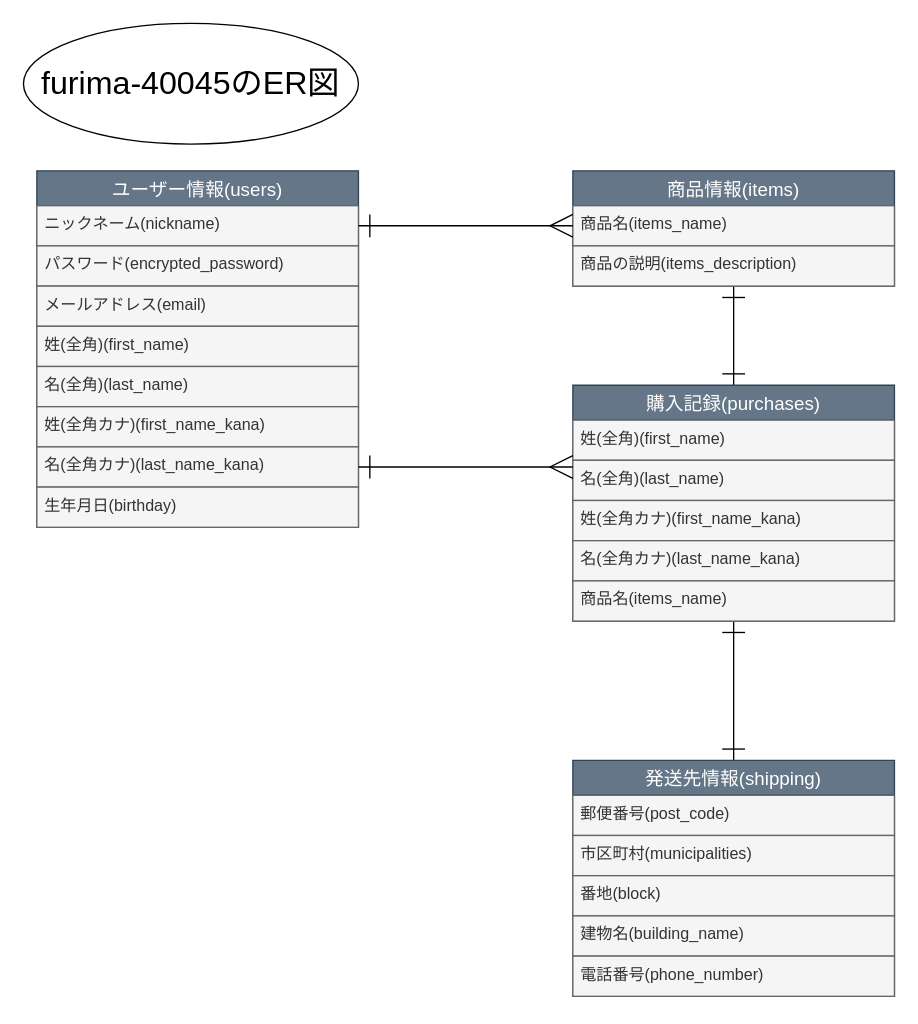
Earlier version of the draw.io diagram page "ページ1" (1 of 2) of furimaER.dio (asukyu00/furima-40045). Source tidied: cells renumbered, new cells numbered last; positions are measured from the earlier drawing's top-left corner, leaving out a move shared by most shapes. Both pictures are drawn from the tidied source at 134%, with x=0, y=0 at pixel (23, 23).
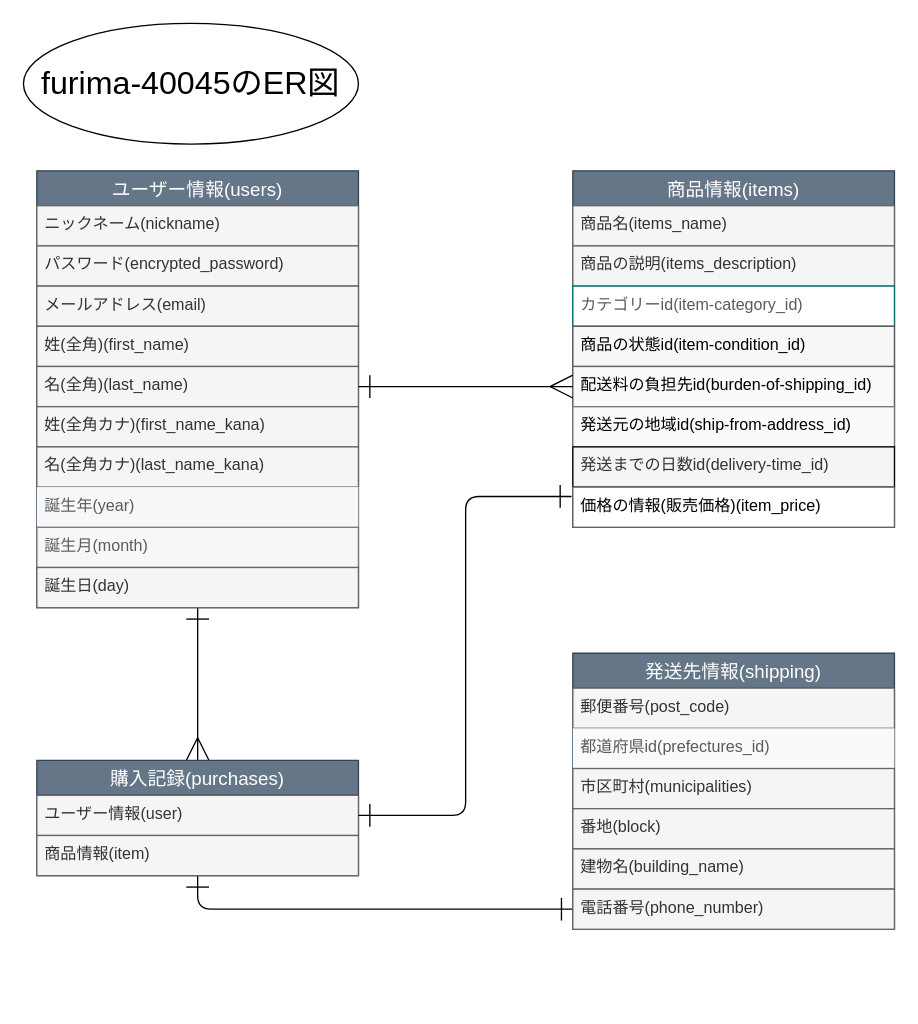
Above is the later version.

Commit message (it also covers changes not shown here):
DB設計修正報告

Unchanged cells that the change refers to:
```xml
<mxCell id="4" value="ニックネーム(nickname)" style="text;strokeColor=#666666;fillColor=#f5f5f5;spacingLeft=4;spacingRight=4;overflow=hidden;points=[[0,0.5],[1,0.5]];portConstraint=eastwest;fontSize=12;fontColor=#333333;" parent="3" vertex="1">
  <mxGeometry y="26" width="240" height="30" as="geometry" />
</mxCell>
<mxCell id="8" value="名(全角)(last_name)" style="text;strokeColor=#666666;fillColor=#f5f5f5;spacingLeft=4;spacingRight=4;overflow=hidden;points=[[0,0.5],[1,0.5]];portConstraint=eastwest;fontSize=12;fontColor=#333333;" parent="3" vertex="1">
  <mxGeometry y="146" width="240" height="30" as="geometry" />
</mxCell>
<mxCell id="10" value="名(全角カナ)(last_name_kana)" style="text;strokeColor=#666666;fillColor=#f5f5f5;spacingLeft=4;spacingRight=4;overflow=hidden;points=[[0,0.5],[1,0.5]];portConstraint=eastwest;fontSize=12;fontColor=#333333;" parent="3" vertex="1">
  <mxGeometry y="206" width="240" height="30" as="geometry" />
</mxCell>
<mxCell id="14" value="商品名(items_name)" style="text;strokeColor=#666666;fillColor=#f5f5f5;spacingLeft=4;spacingRight=4;overflow=hidden;points=[[0,0.5],[1,0.5]];portConstraint=eastwest;fontSize=12;fontColor=#333333;" parent="13" vertex="1">
  <mxGeometry y="26" width="240" height="30" as="geometry" />
</mxCell>
```

What changed in the source:
```diff
@@
+    <mxCell id="31" style="edgeStyle=orthogonalEdgeStyle;html=1;entryX=0.5;entryY=0;entryDx=0;entryDy=0;strokeColor=#000000;strokeWidth=1;fontSize=12;fontColor=#5f5959;startArrow=ERone;startFill=0;endArrow=ERmany;endFill=0;startSize=15;endSize=15;" parent="1" edge="1" source="3" target="17">
+      <mxGeometry relative="1" as="geometry" />
+    </mxCell>
     <mxCell id="3" value="ユーザー情報(users)" style="swimlane;fontStyle=0;horizontal=1;startSize=26;align=center;fontSize=14;fillColor=#647687;fontColor=#ffffff;strokeColor=#314354;" parent="1" vertex="1">
-      <mxGeometry x="10" y="110" width="240" height="266" as="geometry" />
+      <mxGeometry x="10" y="110" width="240" height="326" as="geometry" />
     </mxCell>
@@
+    <mxCell id="32" value="誕生年(year)" style="text;strokeColor=none;fillColor=#f7f7f7;spacingLeft=4;spacingRight=4;overflow=hidden;fontSize=12;fontColor=#5f5959;" parent="3" vertex="1">
+      <mxGeometry y="236" width="240" height="30" as="geometry" />
+    </mxCell>
+    <mxCell id="33" value="誕生月(month)" style="text;strokeColor=#787878;fillColor=#f7f7f7;spacingLeft=4;spacingRight=4;overflow=hidden;fontSize=12;fontColor=#5f5959;" parent="3" vertex="1">
+      <mxGeometry y="266" width="240" height="30" as="geometry" />
+    </mxCell>
-    <mxCell id="11" value="生年月日(birthday)" style="text;strokeColor=#666666;fillColor=#f5f5f5;spacingLeft=4;spacingRight=4;overflow=hidden;fontSize=12;fontColor=#333333;" parent="3" vertex="1">
-      <mxGeometry y="236" width="240" height="30" as="geometry" />
+    <mxCell id="11" value="誕生日(day)" style="text;strokeColor=#666666;fillColor=#f5f5f5;spacingLeft=4;spacingRight=4;overflow=hidden;fontSize=12;fontColor=#333333;" parent="3" vertex="1">
+      <mxGeometry y="296" width="240" height="30" as="geometry" />
     </mxCell>
-    <mxCell id="12" style="edgeStyle=orthogonalEdgeStyle;html=1;entryX=0.5;entryY=0;entryDx=0;entryDy=0;strokeColor=#000000;strokeWidth=1;fontSize=12;fontColor=#000000;startArrow=ERone;startFill=0;endArrow=ERone;endFill=0;startSize=15;endSize=15;" parent="1" edge="1" source="13" target="17">
-      <mxGeometry relative="1" as="geometry" />
-    </mxCell>
     <mxCell id="13" value="商品情報(items)" style="swimlane;fontStyle=0;horizontal=1;startSize=26;align=center;fontSize=14;strokeColor=#314354;fillColor=#647687;fontColor=#ffffff;" parent="1" vertex="1">
-      <mxGeometry x="410" y="110" width="240" height="86" as="geometry" />
+      <mxGeometry x="410" y="110" width="240" height="266" as="geometry" />
     </mxCell>
@@
-    <mxCell id="16" style="edgeStyle=orthogonalEdgeStyle;html=1;strokeColor=#000000;strokeWidth=1;fontSize=12;fontColor=#000000;startArrow=ERone;startFill=0;endArrow=ERone;endFill=0;startSize=15;endSize=15;entryX=0.5;entryY=0;entryDx=0;entryDy=0;entryPerimeter=0;" parent="1" edge="1" source="17" target="23">
-      <mxGeometry relative="1" as="geometry" />
-    </mxCell>
+    <mxCell id="34" value="カテゴリーid(item-category_id) " style="text;strokeColor=#016e6e;fillColor=#FFFFFF;spacingLeft=4;spacingRight=4;overflow=hidden;fontSize=12;fontColor=#5f5959;" parent="13" vertex="1">
+      <mxGeometry y="86" width="240" height="30" as="geometry" />
+    </mxCell>
+    <mxCell id="35" value="商品の状態id(item-condition_id) " style="text;strokeColor=#595959;fillColor=#f7f7f7;spacingLeft=4;spacingRight=4;overflow=hidden;fontSize=12;fontColor=#000000;" parent="13" vertex="1">
+      <mxGeometry y="116" width="240" height="30" as="geometry" />
+    </mxCell>
+    <mxCell id="36" value="配送料の負担先id(burden-of-shipping_id)" style="text;strokeColor=#616161;fillColor=#faf9fb;spacingLeft=4;spacingRight=4;overflow=hidden;points=[[0,0.5],[1,0.5]];portConstraint=eastwest;fontSize=12;fontColor=#000000;" parent="13" vertex="1">
+      <mxGeometry y="146" width="240" height="30" as="geometry" />
+    </mxCell>
+    <mxCell id="37" value="発送元の地域id(ship-from-address_id)" style="text;strokeColor=#787878;fillColor=#fafafa;spacingLeft=4;spacingRight=4;overflow=hidden;fontSize=12;fontColor=#000000;" parent="13" vertex="1">
+      <mxGeometry y="176" width="240" height="30" as="geometry" />
+    </mxCell>
+    <mxCell id="38" value="発送までの日数id(delivery-time_id)" style="text;strokeColor=#050505;fillColor=#f5f5f5;spacingLeft=4;spacingRight=4;overflow=hidden;fontSize=12;fontColor=#333333;" parent="13" vertex="1">
+      <mxGeometry y="206" width="240" height="30" as="geometry" />
+    </mxCell>
+    <mxCell id="39" value="価格の情報(販売価格)(item_price)" style="text;strokeColor=#635f5f;fillColor=#ffffff;spacingLeft=4;spacingRight=4;overflow=hidden;points=[[0,0.5],[1,0.5]];portConstraint=eastwest;fontSize=12;fontColor=#000000;" parent="13" vertex="1">
+      <mxGeometry y="236" width="240" height="30" as="geometry" />
+    </mxCell>
+    <mxCell id="40" style="edgeStyle=orthogonalEdgeStyle;html=1;entryX=0;entryY=0.5;entryDx=0;entryDy=0;strokeColor=#000000;strokeWidth=1;fontSize=12;fontColor=#5f5959;startArrow=ERone;startFill=0;endArrow=ERone;endFill=0;startSize=15;endSize=15;" parent="1" edge="1" source="17" target="28">
+      <mxGeometry relative="1" as="geometry" />
+    </mxCell>
     <mxCell id="17" value="購入記録(purchases)" style="swimlane;fontStyle=0;horizontal=1;startSize=26;align=center;fontSize=14;strokeColor=#314354;fillColor=#647687;fontColor=#ffffff;" parent="1" vertex="1">
-      <mxGeometry x="410" y="270" width="240" height="176" as="geometry" />
+      <mxGeometry x="10" y="550" width="240" height="86" as="geometry" />
     </mxCell>
-    <mxCell id="18" value="姓(全角)(first_name)" style="text;strokeColor=#666666;fillColor=#f5f5f5;spacingLeft=4;spacingRight=4;overflow=hidden;fontSize=12;fontColor=#333333;" parent="17" vertex="1">
-      <mxGeometry y="26" width="240" height="30" as="geometry" />
-    </mxCell>
-    <mxCell id="19" value="名(全角)(last_name)" style="text;strokeColor=#666666;fillColor=#f5f5f5;spacingLeft=4;spacingRight=4;overflow=hidden;fontSize=12;fontColor=#333333;" parent="17" vertex="1">
-      <mxGeometry y="56" width="240" height="30" as="geometry" />
-    </mxCell>
-    <mxCell id="20" value="姓(全角カナ)(first_name_kana)" style="text;strokeColor=#666666;fillColor=#f5f5f5;spacingLeft=4;spacingRight=4;overflow=hidden;fontSize=12;fontColor=#333333;" parent="17" vertex="1">
-      <mxGeometry y="86" width="240" height="30" as="geometry" />
-    </mxCell>
-    <mxCell id="21" value="名(全角カナ)(last_name_kana)" style="text;strokeColor=#666666;fillColor=#f5f5f5;spacingLeft=4;spacingRight=4;overflow=hidden;points=[[0,0.5],[1,0.5]];portConstraint=eastwest;fontSize=12;fontColor=#333333;" parent="17" vertex="1">
-      <mxGeometry y="116" width="240" height="30" as="geometry" />
+    <mxCell id="21" value="ユーザー情報(user)" style="text;strokeColor=#666666;fillColor=#f5f5f5;spacingLeft=4;spacingRight=4;overflow=hidden;points=[[0,0.5],[1,0.5]];portConstraint=eastwest;fontSize=12;fontColor=#333333;" parent="17" vertex="1">
+      <mxGeometry y="26" width="240" height="30" as="geometry" />
     </mxCell>
-    <mxCell id="22" value="商品名(items_name)" style="text;strokeColor=#666666;fillColor=#f5f5f5;spacingLeft=4;spacingRight=4;overflow=hidden;fontSize=12;fontColor=#333333;" parent="17" vertex="1">
-      <mxGeometry y="146" width="240" height="30" as="geometry" />
+    <mxCell id="22" value="商品情報(item)" style="text;strokeColor=#666666;fillColor=#f5f5f5;spacingLeft=4;spacingRight=4;overflow=hidden;fontSize=12;fontColor=#333333;" parent="17" vertex="1">
+      <mxGeometry y="56" width="240" height="30" as="geometry" />
     </mxCell>
     <mxCell id="23" value="発送先情報(shipping)" style="swimlane;fontStyle=0;horizontal=1;startSize=26;align=center;fontSize=14;strokeColor=#314354;fillColor=#647687;fontColor=#ffffff;" parent="1" vertex="1">
-      <mxGeometry x="410" y="550" width="240" height="176" as="geometry" />
+      <mxGeometry x="410" y="470" width="240" height="206" as="geometry" />
     </mxCell>
@@
+    <mxCell id="41" value="都道府県id(prefectures_id)&#10;" style="text;strokeColor=none;fillColor=#fafafa;spacingLeft=4;spacingRight=4;overflow=hidden;fontSize=12;fontColor=#5f5959;" parent="23" vertex="1">
+      <mxGeometry y="56" width="240" height="30" as="geometry" />
+    </mxCell>
     <mxCell id="25" value="市区町村(municipalities)" style="text;strokeColor=#666666;fillColor=#f5f5f5;spacingLeft=4;spacingRight=4;overflow=hidden;fontSize=12;fontColor=#333333;" parent="23" vertex="1">
-      <mxGeometry y="56" width="240" height="30" as="geometry" />
+      <mxGeometry y="86" width="240" height="30" as="geometry" />
     </mxCell>
     <mxCell id="26" value="番地(block)" style="text;strokeColor=#666666;fillColor=#f5f5f5;spacingLeft=4;spacingRight=4;overflow=hidden;fontSize=12;fontColor=#333333;" parent="23" vertex="1">
-      <mxGeometry y="86" width="240" height="30" as="geometry" />
+      <mxGeometry y="116" width="240" height="30" as="geometry" />
     </mxCell>
     <mxCell id="27" value="建物名(building_name)" style="text;strokeColor=#666666;fillColor=#f5f5f5;spacingLeft=4;spacingRight=4;overflow=hidden;fontSize=12;fontColor=#333333;" parent="23" vertex="1">
-      <mxGeometry y="116" width="240" height="30" as="geometry" />
+      <mxGeometry y="146" width="240" height="30" as="geometry" />
     </mxCell>
     <mxCell id="28" value="電話番号(phone_number)" style="text;strokeColor=#666666;fillColor=#f5f5f5;spacingLeft=4;spacingRight=4;overflow=hidden;points=[[0,0.5],[1,0.5]];portConstraint=eastwest;fontSize=12;fontColor=#333333;" parent="23" vertex="1">
-      <mxGeometry y="146" width="240" height="30" as="geometry" />
+      <mxGeometry y="176" width="240" height="30" as="geometry" />
     </mxCell>
-    <mxCell id="29" style="edgeStyle=orthogonalEdgeStyle;html=1;entryX=0;entryY=0.5;entryDx=0;entryDy=0;strokeColor=#000000;strokeWidth=1;fontSize=12;fontColor=#000000;startArrow=ERone;startFill=0;endArrow=ERmany;endFill=0;startSize=15;endSize=15;" parent="1" edge="1" source="4" target="14">
-      <mxGeometry relative="1" as="geometry" />
-    </mxCell>
-    <mxCell id="30" style="edgeStyle=orthogonalEdgeStyle;html=1;strokeColor=#000000;strokeWidth=1;fontSize=12;fontColor=#000000;startArrow=ERone;startFill=0;endArrow=ERmany;endFill=0;startSize=15;endSize=15;" parent="1" edge="1" source="10">
-      <mxGeometry relative="1" as="geometry">
-        <mxPoint x="410" y="331" as="targetPoint" />
-      </mxGeometry>
-    </mxCell>
+    <mxCell id="42" style="edgeStyle=orthogonalEdgeStyle;html=1;entryX=0;entryY=0.5;entryDx=0;entryDy=0;strokeColor=#000000;strokeWidth=1;fontSize=12;fontColor=#5f5959;startArrow=ERone;startFill=0;endArrow=ERmany;endFill=0;startSize=15;endSize=15;" parent="1" edge="1" source="8" target="36">
+      <mxGeometry relative="1" as="geometry" />
+    </mxCell>
+    <mxCell id="43" style="edgeStyle=orthogonalEdgeStyle;html=1;entryX=-0.004;entryY=0.233;entryDx=0;entryDy=0;entryPerimeter=0;strokeColor=#000000;strokeWidth=1;fontSize=12;fontColor=#5f5959;startArrow=ERone;startFill=0;endArrow=ERone;endFill=0;startSize=15;endSize=15;" parent="1" edge="1" source="21" target="39">
+      <mxGeometry relative="1" as="geometry" />
+    </mxCell>
```
